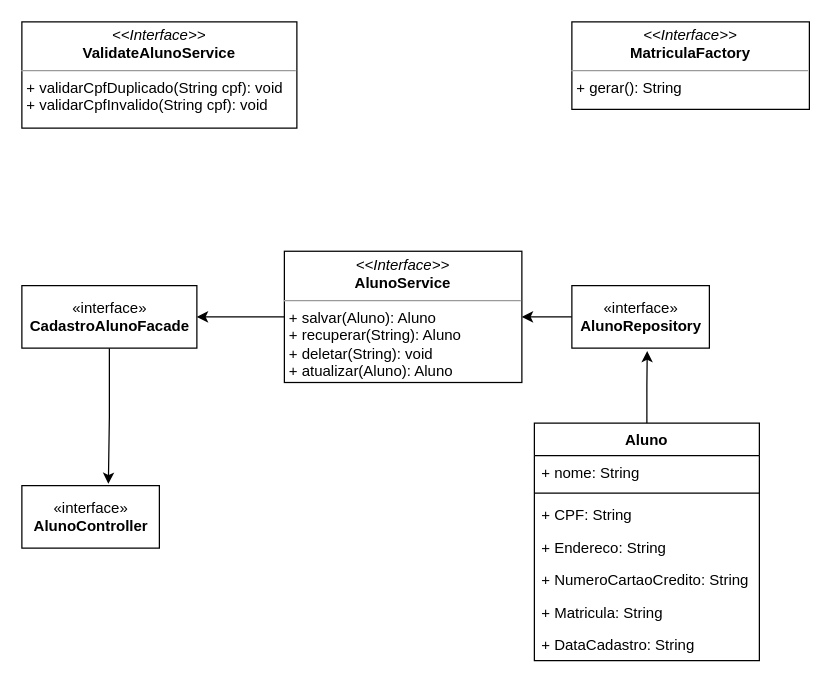
Before: docs/design/cadastrar-aluno.drawio in ronaldofarrapo/rest-api-mongodb, a draw.io diagram. Source tidied: cells renumbered, new cells numbered last; positions are measured from the earlier drawing's top-left corner, leaving out a move shared by most shapes. Both pictures are drawn from the tidied source at 125%, with x=0, y=0 at pixel (21, 21).
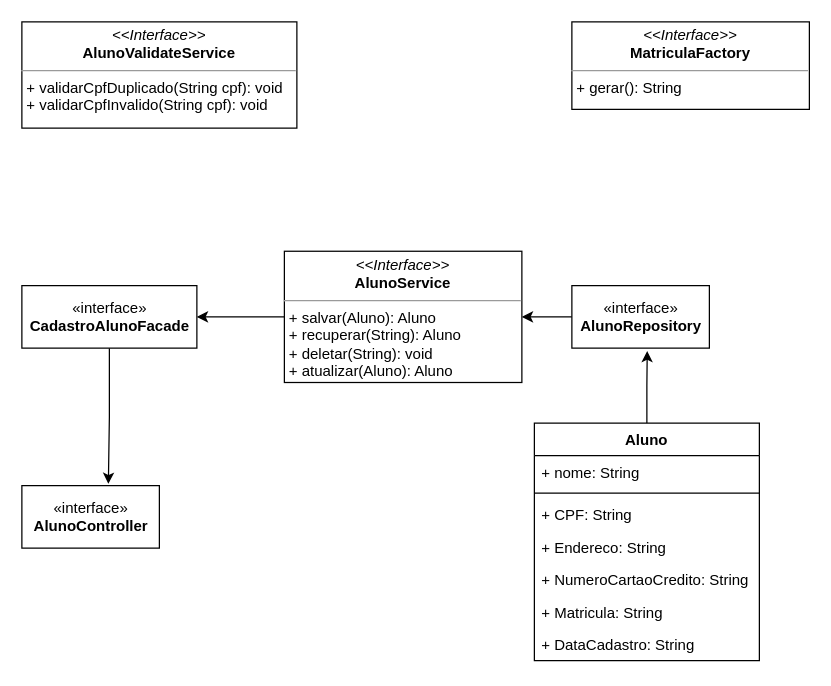
The same page after the edit.

Change to the diagram source:
```diff
@@
 <mxGraphModel>
   <root>
     <mxCell id="0" />
     <mxCell id="1" parent="0" />
     <mxCell id="2" style="edgeStyle=orthogonalEdgeStyle;rounded=0;jettySize=auto;html=1;entryX=0.548;entryY=1.046;entryDx=0;entryDy=0;entryPerimeter=0;" parent="1" edge="1" source="3" target="12">
       <mxGeometry relative="1" as="geometry" />
     </mxCell>
     <mxCell id="3" value="Aluno" style="swimlane;fontStyle=1;align=center;verticalAlign=top;horizontal=1;startSize=26;" parent="1" vertex="1">
       <mxGeometry x="410" y="321" width="180" height="190" as="geometry" />
     </mxCell>
     <mxCell id="4" value="+ nome: String" style="text;strokeColor=none;fillColor=none;align=left;verticalAlign=top;spacingLeft=4;spacingRight=4;overflow=hidden;" parent="3" vertex="1">
       <mxGeometry y="26" width="180" height="26" as="geometry" />
     </mxCell>
     <mxCell id="5" style="line;strokeWidth=1;fillColor=none;align=left;verticalAlign=middle;spacingTop=-1;spacingLeft=3;spacingRight=3;labelPosition=right;" parent="3" vertex="1">
       <mxGeometry y="52" width="180" height="8" as="geometry" />
     </mxCell>
     <mxCell id="6" value="+ CPF: String" style="text;strokeColor=none;fillColor=none;align=left;verticalAlign=top;spacingLeft=4;spacingRight=4;overflow=hidden;" parent="3" vertex="1">
       <mxGeometry y="60" width="180" height="26" as="geometry" />
     </mxCell>
     <mxCell id="7" value="+ Endereco: String" style="text;strokeColor=none;fillColor=none;align=left;verticalAlign=top;spacingLeft=4;spacingRight=4;overflow=hidden;" parent="3" vertex="1">
       <mxGeometry y="86" width="180" height="26" as="geometry" />
     </mxCell>
     <mxCell id="8" value="+ NumeroCartaoCredito: String" style="text;strokeColor=none;fillColor=none;align=left;verticalAlign=top;spacingLeft=4;spacingRight=4;overflow=hidden;" parent="3" vertex="1">
       <mxGeometry y="112" width="180" height="26" as="geometry" />
     </mxCell>
     <mxCell id="9" value="+ Matricula: String" style="text;strokeColor=none;fillColor=none;align=left;verticalAlign=top;spacingLeft=4;spacingRight=4;overflow=hidden;" parent="3" vertex="1">
       <mxGeometry y="138" width="180" height="26" as="geometry" />
     </mxCell>
     <mxCell id="10" value="+ DataCadastro: String" style="text;strokeColor=none;fillColor=none;align=left;verticalAlign=top;spacingLeft=4;spacingRight=4;overflow=hidden;" parent="3" vertex="1">
       <mxGeometry y="164" width="180" height="26" as="geometry" />
     </mxCell>
     <mxCell id="11" style="edgeStyle=orthogonalEdgeStyle;rounded=0;jettySize=auto;html=1;entryX=1;entryY=0.5;entryDx=0;entryDy=0;" parent="1" edge="1" source="12" target="17">
       <mxGeometry relative="1" as="geometry" />
     </mxCell>
     <mxCell id="12" value="«interface»&lt;br&gt;&lt;b&gt;AlunoRepository&lt;/b&gt;" style="html=1;" parent="1" vertex="1">
       <mxGeometry x="440" y="211" width="110" height="50" as="geometry" />
     </mxCell>
     <mxCell id="13" style="edgeStyle=orthogonalEdgeStyle;rounded=0;jettySize=auto;html=1;entryX=0.629;entryY=-0.028;entryDx=0;entryDy=0;entryPerimeter=0;" parent="1" edge="1" source="14" target="15">
       <mxGeometry relative="1" as="geometry" />
     </mxCell>
     <mxCell id="14" value="«interface»&lt;br&gt;&lt;b&gt;CadastroAlunoFacade&lt;/b&gt;" style="html=1;" parent="1" vertex="1">
       <mxGeometry y="211" width="140" height="50" as="geometry" />
     </mxCell>
     <mxCell id="15" value="«interface»&lt;br&gt;&lt;b&gt;AlunoController&lt;/b&gt;" style="html=1;" parent="1" vertex="1">
       <mxGeometry y="371" width="110" height="50" as="geometry" />
     </mxCell>
     <mxCell id="16" style="edgeStyle=orthogonalEdgeStyle;rounded=0;jettySize=auto;html=1;entryX=1;entryY=0.5;entryDx=0;entryDy=0;" parent="1" edge="1" source="17" target="14">
       <mxGeometry relative="1" as="geometry" />
     </mxCell>
     <mxCell id="17" value="&lt;p style=&quot;margin:0px;margin-top:4px;text-align:center;&quot;&gt;&lt;i&gt;&amp;lt;&amp;lt;Interface&amp;gt;&amp;gt;&lt;/i&gt;&lt;br&gt;&lt;b&gt;AlunoService&lt;/b&gt;&lt;/p&gt;&lt;hr size=&quot;1&quot;&gt;&lt;p style=&quot;margin:0px;margin-left:4px;&quot;&gt;&lt;/p&gt;&lt;p style=&quot;margin:0px;margin-left:4px;&quot;&gt;+ salvar(Aluno): Aluno&lt;br&gt;+ recuperar(String): Aluno&lt;/p&gt;&lt;p style=&quot;margin:0px;margin-left:4px;&quot;&gt;+ deletar(String): void&lt;br&gt;&lt;/p&gt;&lt;p style=&quot;margin:0px;margin-left:4px;&quot;&gt;+ atualizar(Aluno): Aluno&lt;br&gt;&lt;/p&gt;" style="verticalAlign=top;align=left;overflow=fill;fontSize=12;fontFamily=Helvetica;html=1;" parent="1" vertex="1">
       <mxGeometry x="210" y="183.5" width="190" height="105" as="geometry" />
     </mxCell>
     <mxCell id="18" value="&lt;p style=&quot;margin:0px;margin-top:4px;text-align:center;&quot;&gt;&lt;i&gt;&amp;lt;&amp;lt;Interface&amp;gt;&amp;gt;&lt;/i&gt;&lt;br&gt;&lt;b&gt;MatriculaFactory&lt;/b&gt;&lt;/p&gt;&lt;hr size=&quot;1&quot;&gt;&lt;p style=&quot;margin:0px;margin-left:4px;&quot;&gt;+ gerar(): String&lt;br&gt;&lt;/p&gt;" style="verticalAlign=top;align=left;overflow=fill;fontSize=12;fontFamily=Helvetica;html=1;" parent="1" vertex="1">
       <mxGeometry x="440" width="190" height="70" as="geometry" />
     </mxCell>
-    <mxCell id="19" value="&lt;p style=&quot;margin:0px;margin-top:4px;text-align:center;&quot;&gt;&lt;i&gt;&amp;lt;&amp;lt;Interface&amp;gt;&amp;gt;&lt;/i&gt;&lt;br&gt;&lt;b&gt;ValidateAlunoService&lt;/b&gt;&lt;/p&gt;&lt;hr size=&quot;1&quot;&gt;&lt;p style=&quot;margin:0px;margin-left:4px;&quot;&gt;&lt;/p&gt;&lt;p style=&quot;margin:0px;margin-left:4px;&quot;&gt;+ validarCpfDuplicado(String cpf): void&lt;br&gt;+ validarCpfInvalido(String cpf): void&lt;/p&gt;" style="verticalAlign=top;align=left;overflow=fill;fontSize=12;fontFamily=Helvetica;html=1;" parent="1" vertex="1">
+    <mxCell id="19" value="&lt;p style=&quot;margin:0px;margin-top:4px;text-align:center;&quot;&gt;&lt;i&gt;&amp;lt;&amp;lt;Interface&amp;gt;&amp;gt;&lt;/i&gt;&lt;br&gt;&lt;b&gt;AlunoValidateService&lt;/b&gt;&lt;/p&gt;&lt;hr size=&quot;1&quot;&gt;&lt;p style=&quot;margin:0px;margin-left:4px;&quot;&gt;&lt;/p&gt;&lt;p style=&quot;margin:0px;margin-left:4px;&quot;&gt;+ validarCpfDuplicado(String cpf): void&lt;br&gt;+ validarCpfInvalido(String cpf): void&lt;/p&gt;" style="verticalAlign=top;align=left;overflow=fill;fontSize=12;fontFamily=Helvetica;html=1;" parent="1" vertex="1">
       <mxGeometry width="220" height="85" as="geometry" />
     </mxCell>
   </root>
 </mxGraphModel>
```
